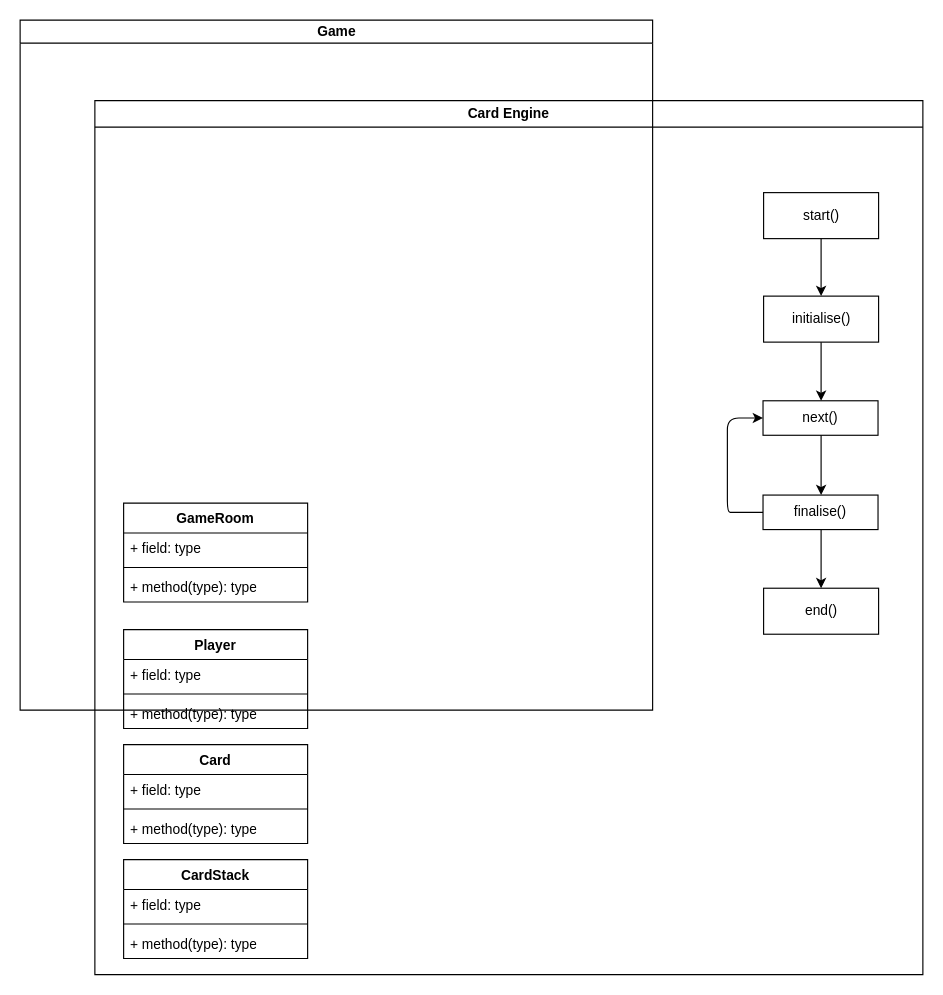
Above: docs/specification/card-engine/CardEngine.drawio in Shornana/card-game-online (draw.io), before the change. Source tidied: cells renumbered, new cells numbered last; positions are measured from the earlier drawing's top-left corner, leaving out a move shared by most shapes. Both pictures are drawn from the tidied source at 115%, with x=0, y=0 at pixel (20, 20).
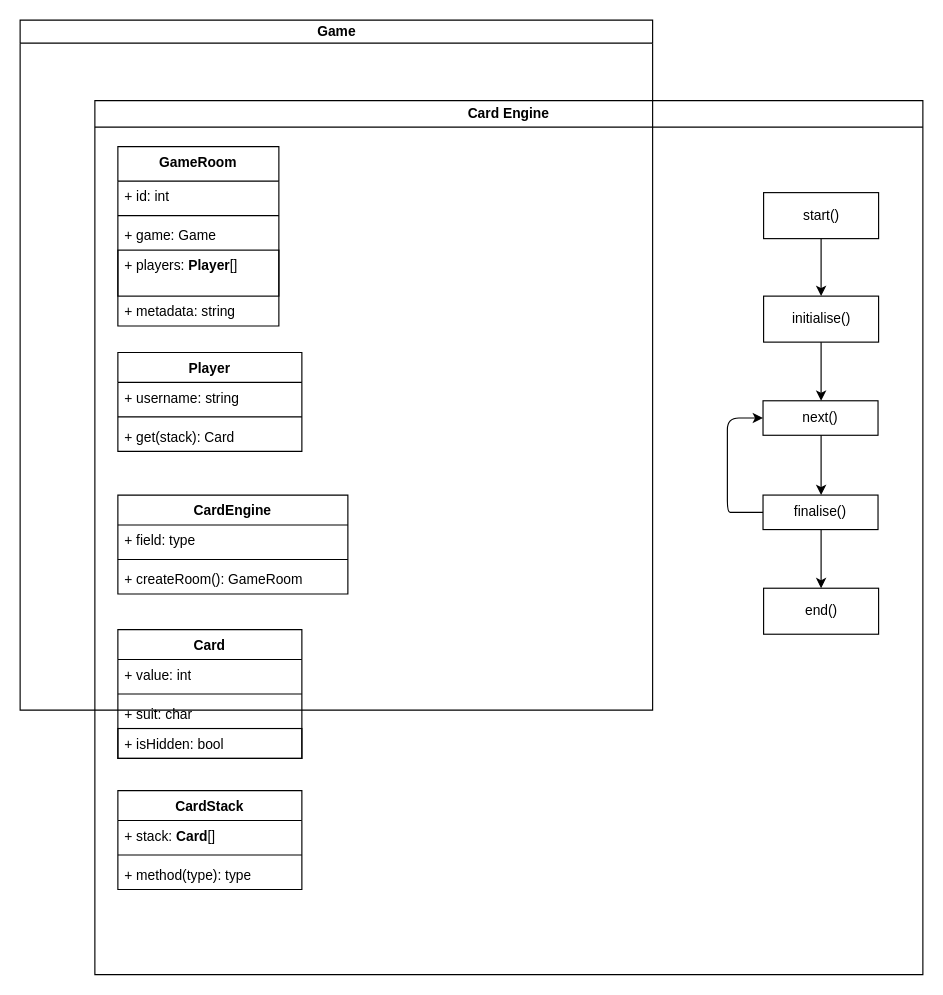
The same diagram, later.

Commit message (it also covers changes not shown here):
Updated diagram src file and documentation.

Unchanged cells that the change refers to:
```xml
<mxCell id="2" value="Card Engine" style="swimlane;whiteSpace=wrap;html=1;" parent="1" vertex="1">
  <mxGeometry x="65" y="70" width="720" height="760" as="geometry" />
</mxCell>
```

What changed in the source:
```diff
@@
     <mxCell id="3" value="&lt;div&gt;Card&lt;/div&gt;&lt;div&gt;&lt;br&gt;&lt;/div&gt;" style="swimlane;fontStyle=1;align=center;verticalAlign=top;horizontal=1;startSize=26;whiteSpace=wrap;html=1;" parent="2" vertex="1">
-      <mxGeometry x="25" y="560" width="160" height="86" as="geometry" />
+      <mxGeometry x="20" y="460" width="160" height="112" as="geometry" />
     </mxCell>
-    <mxCell id="4" value="+ field: type" style="text;strokeColor=none;fillColor=none;align=left;verticalAlign=top;spacingLeft=4;spacingRight=4;overflow=hidden;whiteSpace=wrap;html=1;" parent="3" vertex="1">
+    <mxCell id="4" value="+ value: int" style="text;strokeColor=none;fillColor=none;align=left;verticalAlign=top;spacingLeft=4;spacingRight=4;overflow=hidden;whiteSpace=wrap;html=1;" parent="3" vertex="1">
       <mxGeometry y="26" width="160" height="26" as="geometry" />
     </mxCell>
@@
-    <mxCell id="6" value="+ method(type): type" style="text;strokeColor=none;fillColor=none;align=left;verticalAlign=top;spacingLeft=4;spacingRight=4;overflow=hidden;whiteSpace=wrap;html=1;" parent="3" vertex="1">
+    <mxCell id="6" value="+ suit: char" style="text;strokeColor=none;fillColor=none;align=left;verticalAlign=top;spacingLeft=4;spacingRight=4;overflow=hidden;whiteSpace=wrap;html=1;" parent="3" vertex="1">
       <mxGeometry y="60" width="160" height="26" as="geometry" />
     </mxCell>
+    <mxCell id="30" value="+ isHidden: bool" style="text;strokeColor=default;fillColor=none;align=left;verticalAlign=top;spacingLeft=4;spacingRight=4;overflow=hidden;whiteSpace=wrap;html=1;" parent="3" vertex="1">
+      <mxGeometry y="86" width="160" height="26" as="geometry" />
+    </mxCell>
     <mxCell id="7" value="&lt;div&gt;CardStack&lt;/div&gt;" style="swimlane;fontStyle=1;align=center;verticalAlign=top;horizontal=1;startSize=26;whiteSpace=wrap;html=1;" parent="2" vertex="1">
-      <mxGeometry x="25" y="660" width="160" height="86" as="geometry" />
+      <mxGeometry x="20" y="600" width="160" height="86" as="geometry" />
     </mxCell>
-    <mxCell id="8" value="+ field: type" style="text;strokeColor=none;fillColor=none;align=left;verticalAlign=top;spacingLeft=4;spacingRight=4;overflow=hidden;whiteSpace=wrap;html=1;" parent="7" vertex="1">
+    <mxCell id="8" value="+ stack: &lt;b&gt;Card&lt;/b&gt;[]" style="text;strokeColor=none;fillColor=none;align=left;verticalAlign=top;spacingLeft=4;spacingRight=4;overflow=hidden;whiteSpace=wrap;html=1;" parent="7" vertex="1">
       <mxGeometry y="26" width="160" height="26" as="geometry" />
     </mxCell>
@@
     <mxCell id="11" value="Player" style="swimlane;fontStyle=1;align=center;verticalAlign=top;horizontal=1;startSize=26;whiteSpace=wrap;html=1;" parent="2" vertex="1">
-      <mxGeometry x="25" y="460" width="160" height="86" as="geometry" />
+      <mxGeometry x="20" y="219" width="160" height="86" as="geometry" />
     </mxCell>
-    <mxCell id="12" value="+ field: type" style="text;strokeColor=none;fillColor=none;align=left;verticalAlign=top;spacingLeft=4;spacingRight=4;overflow=hidden;whiteSpace=wrap;html=1;" parent="11" vertex="1">
+    <mxCell id="12" value="+ username: string" style="text;strokeColor=none;fillColor=none;align=left;verticalAlign=top;spacingLeft=4;spacingRight=4;overflow=hidden;whiteSpace=wrap;html=1;" parent="11" vertex="1">
       <mxGeometry y="26" width="160" height="26" as="geometry" />
     </mxCell>
@@
-    <mxCell id="14" value="+ method(type): type" style="text;strokeColor=none;fillColor=none;align=left;verticalAlign=top;spacingLeft=4;spacingRight=4;overflow=hidden;whiteSpace=wrap;html=1;" parent="11" vertex="1">
+    <mxCell id="14" value="+ get(stack): Card" style="text;strokeColor=none;fillColor=none;align=left;verticalAlign=top;spacingLeft=4;spacingRight=4;overflow=hidden;whiteSpace=wrap;html=1;" parent="11" vertex="1">
       <mxGeometry y="60" width="160" height="26" as="geometry" />
     </mxCell>
@@
-    <mxCell id="26" value="GameRoom" style="swimlane;fontStyle=1;align=center;verticalAlign=top;horizontal=1;startSize=26;whiteSpace=wrap;html=1;" parent="2" vertex="1">
-      <mxGeometry x="25" y="350" width="160" height="86" as="geometry" />
+    <mxCell id="26" value="GameRoom" style="swimlane;fontStyle=1;align=center;verticalAlign=top;horizontal=1;startSize=30;whiteSpace=wrap;html=1;" parent="2" vertex="1">
+      <mxGeometry x="20" y="40" width="140" height="156" as="geometry" />
     </mxCell>
-    <mxCell id="27" value="+ field: type" style="text;strokeColor=none;fillColor=none;align=left;verticalAlign=top;spacingLeft=4;spacingRight=4;overflow=hidden;whiteSpace=wrap;html=1;" parent="26" vertex="1">
-      <mxGeometry y="26" width="160" height="26" as="geometry" />
+    <mxCell id="27" value="+ id: int" style="text;strokeColor=none;fillColor=none;align=left;verticalAlign=top;spacingLeft=4;spacingRight=4;overflow=hidden;whiteSpace=wrap;html=1;" parent="26" vertex="1">
+      <mxGeometry y="30" width="140" height="26" as="geometry" />
     </mxCell>
     <mxCell id="28" style="line;strokeWidth=1;fillColor=none;align=left;verticalAlign=middle;spacingTop=-1;spacingLeft=3;spacingRight=3;labelPosition=right;strokeColor=inherit;" parent="26" vertex="1">
-      <mxGeometry y="52" width="160" height="8" as="geometry" />
+      <mxGeometry y="56" width="140" height="8" as="geometry" />
     </mxCell>
-    <mxCell id="29" value="+ method(type): type" style="text;strokeColor=none;fillColor=none;align=left;verticalAlign=top;spacingLeft=4;spacingRight=4;overflow=hidden;whiteSpace=wrap;html=1;" parent="26" vertex="1">
-      <mxGeometry y="60" width="160" height="26" as="geometry" />
+    <mxCell id="29" value="+ game: Game" style="text;strokeColor=none;fillColor=none;align=left;verticalAlign=top;spacingLeft=4;spacingRight=4;overflow=hidden;whiteSpace=wrap;html=1;" parent="26" vertex="1">
+      <mxGeometry y="64" width="140" height="26" as="geometry" />
     </mxCell>
+    <mxCell id="31" value="+ players: &lt;b&gt;Player&lt;/b&gt;[]" style="text;strokeColor=default;fillColor=none;align=left;verticalAlign=top;spacingLeft=4;spacingRight=4;overflow=hidden;whiteSpace=wrap;html=1;" parent="26" vertex="1">
+      <mxGeometry y="90" width="140" height="40" as="geometry" />
+    </mxCell>
+    <mxCell id="32" value="+ metadata: string" style="text;strokeColor=none;fillColor=none;align=left;verticalAlign=top;spacingLeft=4;spacingRight=4;overflow=hidden;whiteSpace=wrap;html=1;" parent="26" vertex="1">
+      <mxGeometry y="130" width="140" height="26" as="geometry" />
+    </mxCell>
+    <mxCell id="33" value="CardEngine" style="swimlane;fontStyle=1;align=center;verticalAlign=top;horizontal=1;startSize=26;whiteSpace=wrap;html=1;" parent="2" vertex="1">
+      <mxGeometry x="20" y="343" width="200" height="86" as="geometry" />
+    </mxCell>
+    <mxCell id="34" value="+ field: type" style="text;strokeColor=none;fillColor=none;align=left;verticalAlign=top;spacingLeft=4;spacingRight=4;overflow=hidden;whiteSpace=wrap;html=1;" parent="33" vertex="1">
+      <mxGeometry y="26" width="200" height="26" as="geometry" />
+    </mxCell>
+    <mxCell id="35" style="line;strokeWidth=1;fillColor=none;align=left;verticalAlign=middle;spacingTop=-1;spacingLeft=3;spacingRight=3;labelPosition=right;strokeColor=inherit;" parent="33" vertex="1">
+      <mxGeometry y="52" width="200" height="8" as="geometry" />
+    </mxCell>
+    <mxCell id="36" value="+ createRoom(): GameRoom" style="text;strokeColor=none;fillColor=none;align=left;verticalAlign=top;spacingLeft=4;spacingRight=4;overflow=hidden;whiteSpace=wrap;html=1;" parent="33" vertex="1">
+      <mxGeometry y="60" width="200" height="26" as="geometry" />
+    </mxCell>
```
